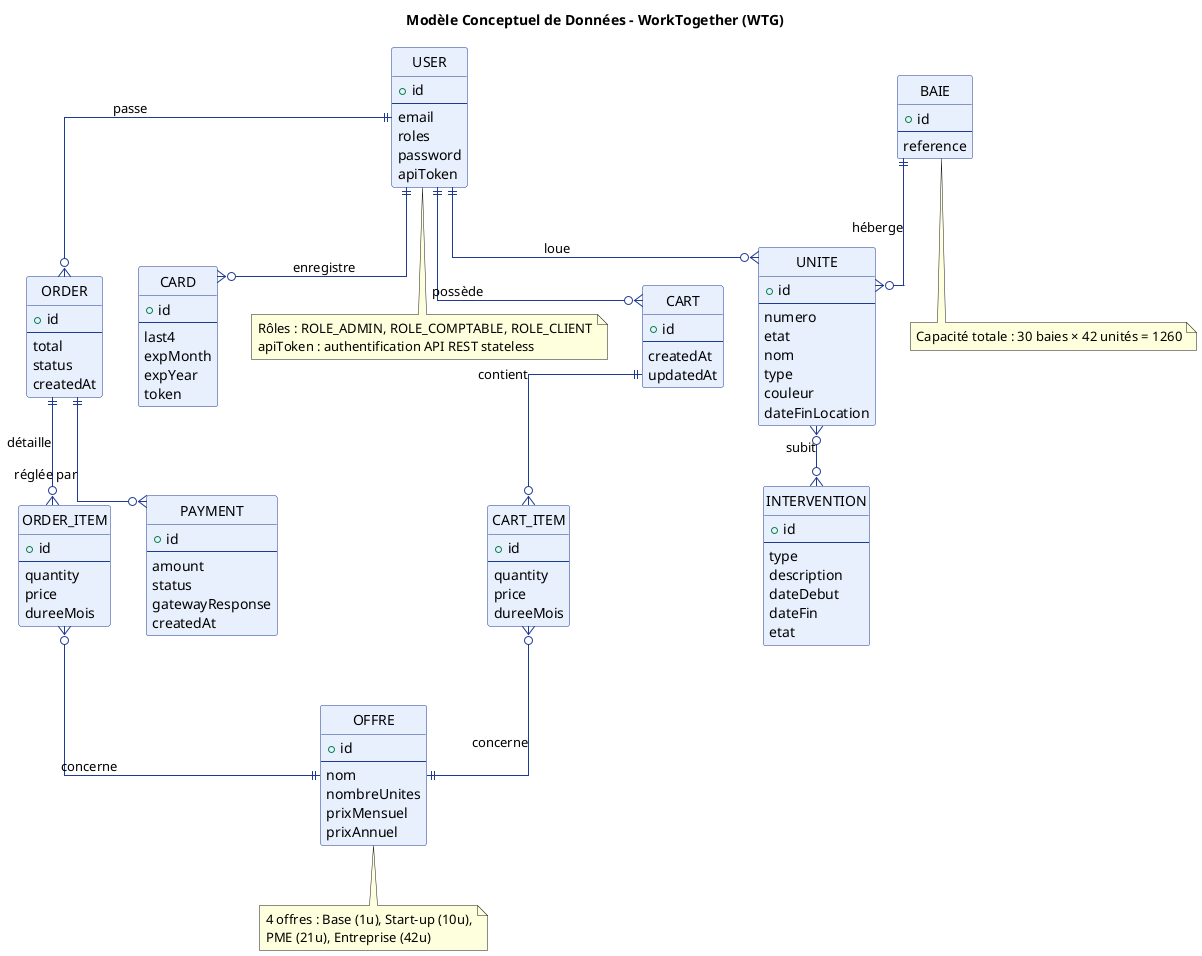
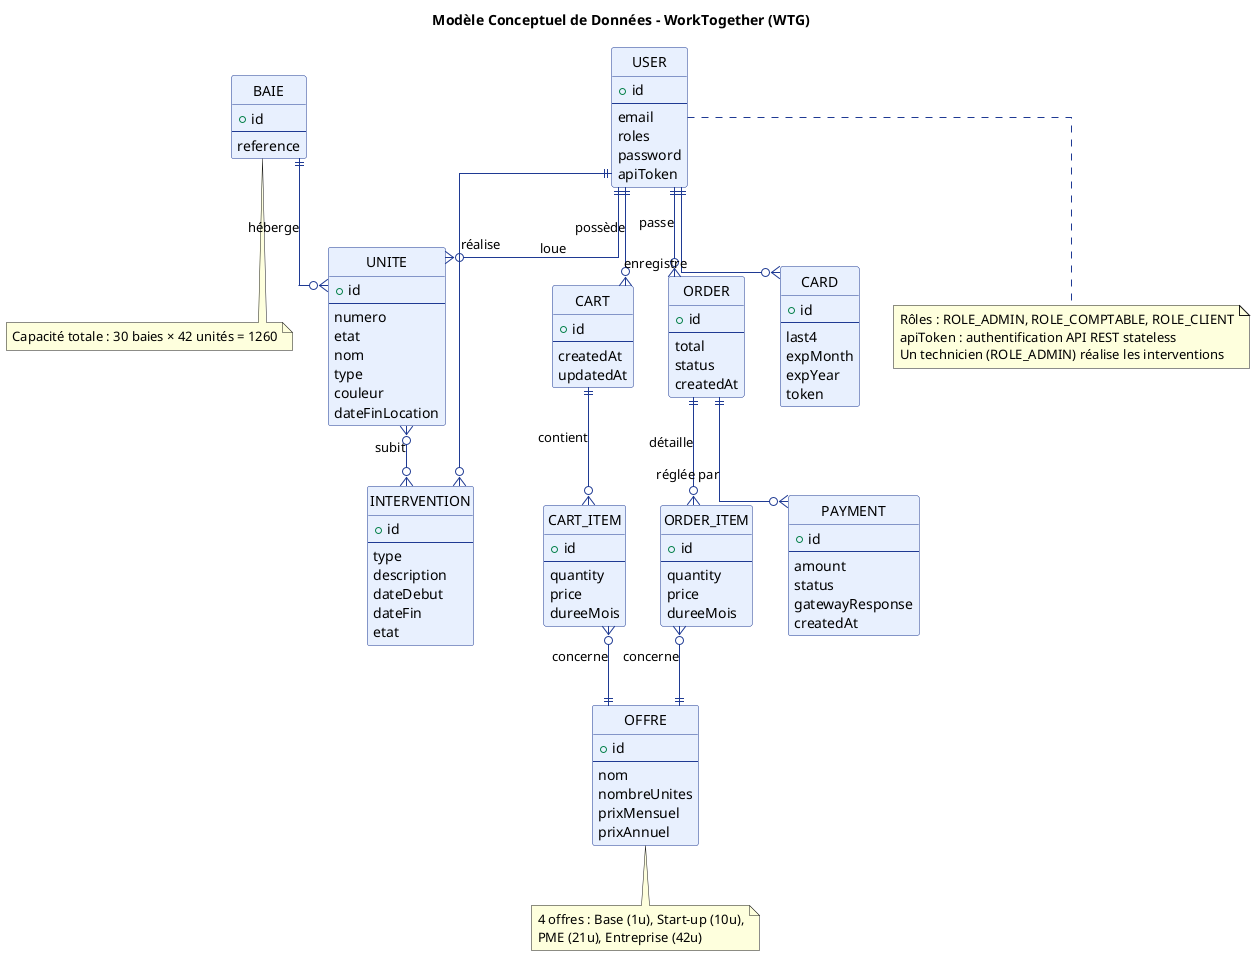
@startuml MCD - WorkTogether
!define MCD
title Modèle Conceptuel de Données - WorkTogether (WTG)

skinparam class {
    BackgroundColor #E8F0FE
    BorderColor #1F3A93
    ArrowColor #1F3A93
    FontName Arial
}
skinparam linetype ortho
hide circle
hide methods

' ============= ENTITÉS =============

entity USER {
    + id
    --
    email
    roles
    password
    apiToken
}

entity OFFRE {
    + id
    --
    nom
    nombreUnites
    prixMensuel
    prixAnnuel
}

entity BAIE {
    + id
    --
    reference
}

entity UNITE {
    + id
    --
    numero
    etat
    nom
    type
    couleur
    dateFinLocation
}

entity CART {
    + id
    --
    createdAt
    updatedAt
}

entity CART_ITEM {
    + id
    --
    quantity
    price
    dureeMois
}

entity "ORDER" as CMD {
    + id
    --
    total
    status
    createdAt
}

entity ORDER_ITEM {
    + id
    --
    quantity
    price
    dureeMois
}

entity PAYMENT {
    + id
    --
    amount
    status
    gatewayResponse
    createdAt
}

entity CARD {
    + id
    --
    last4
    expMonth
    expYear
    token
}

entity INTERVENTION {
    + id
    --
    type
    description
    dateDebut
    dateFin
    etat
}

' ============= ASSOCIATIONS =============

USER ||--o{ CART : "possède"
USER ||--o{ CMD : "passe"
USER ||--o{ CARD : "enregistre"
USER ||--o{ UNITE : "loue"
+ USER ||--o{ INTERVENTION : "réalise"

CART ||--o{ CART_ITEM : "contient"
CART_ITEM }o--|| OFFRE : "concerne"

CMD ||--o{ ORDER_ITEM : "détaille"
ORDER_ITEM }o--|| OFFRE : "concerne"
CMD ||--o{ PAYMENT : "réglée par"

BAIE ||--o{ UNITE : "héberge"
UNITE }o--o{ INTERVENTION : "subit"

note bottom of USER
  Rôles : ROLE_ADMIN, ROLE_COMPTABLE, ROLE_CLIENT
  apiToken : authentification API REST stateless
+   Un technicien (ROLE_ADMIN) réalise les interventions
end note

note bottom of OFFRE
  4 offres : Base (1u), Start-up (10u),
  PME (21u), Entreprise (42u)
end note

note bottom of BAIE
  Capacité totale : 30 baies × 42 unités = 1260
end note

@enduml
